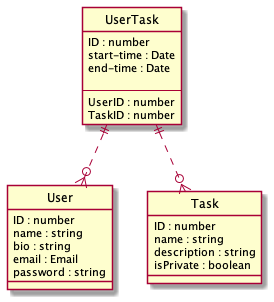
Before: docs/er.png, a diagram exported from PlantUML (2ndr9/RaTtAco).
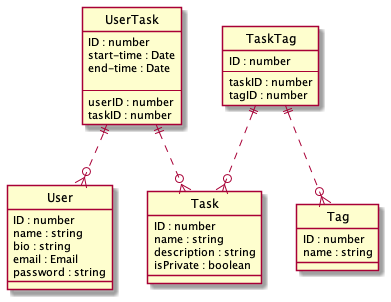
Above is the later version.

What changed in the source:
```diff
@@ -24,11 +24,26 @@
     end-time : Date
 
     --
-    UserID : number
-    TaskID : number
+    userID : number
+    taskID : number
+}
+
+entity "Tag"{
+    ID : number
+    name : string
+
+}
+
+entity "TaskTag"{
+    ID : number
+    --
+    taskID : number
+    tagID : number
 }
 
 UserTask ||..o{ User
 UserTask ||..o{ Task
 
+TaskTag ||..o{ Task
+TaskTag ||..o{ Tag
 @enduml
```
